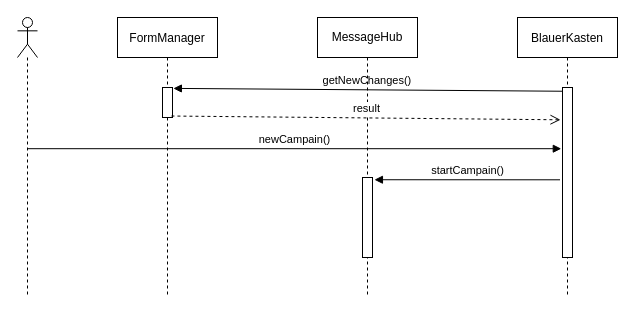
This is document_creation_sequence.drawio from stargazer74/diagramme, a draw.io file, before an edit. Source tidied: cells renumbered, new cells numbered last; positions are measured from the earlier drawing's top-left corner, leaving out a move shared by most shapes. Both pictures are drawn from the tidied source at 100%, with x=0, y=0 at pixel (17, 17).
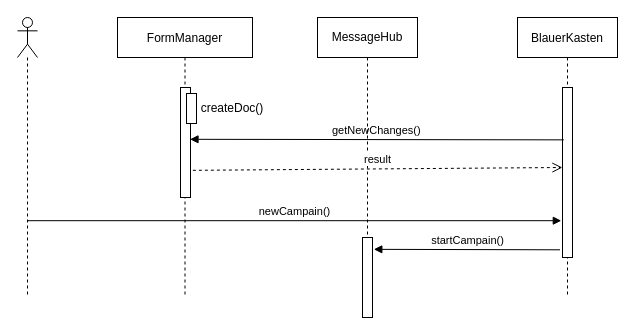
After the change.

Change to the diagram source:
```diff
@@
 <mxGraphModel>
   <root>
     <mxCell id="0" />
     <mxCell id="1" parent="0" />
     <mxCell id="2" value="FormManager" style="shape=umlLifeline;perimeter=lifelinePerimeter;rounded=0;shadow=0;strokeWidth=1;" parent="1" vertex="1">
-      <mxGeometry x="100" width="100" height="280" as="geometry" />
+      <mxGeometry x="100" width="135" height="280" as="geometry" />
     </mxCell>
     <mxCell id="3" style="points=[];perimeter=orthogonalPerimeter;rounded=0;shadow=0;strokeWidth=1;" parent="2" vertex="1">
-      <mxGeometry x="45" y="70" width="10" height="30" as="geometry" />
+      <mxGeometry x="63" y="70" width="10" height="110" as="geometry" />
     </mxCell>
+    <mxCell id="13" style="html=1;perimeter=orthogonalPerimeter;" parent="2" vertex="1">
+      <mxGeometry x="69" y="76" width="10" height="30" as="geometry" />
+    </mxCell>
+    <mxCell id="14" value="createDoc()" style="text;html=1;strokeColor=none;fillColor=none;align=center;verticalAlign=middle;whiteSpace=wrap;overflow=hidden;" parent="2" vertex="1">
+      <mxGeometry x="75" y="81" width="80" height="20" as="geometry" />
+    </mxCell>
     <mxCell id="4" value="BlauerKasten" style="shape=umlLifeline;perimeter=lifelinePerimeter;rounded=0;shadow=0;strokeWidth=1;" parent="1" vertex="1">
       <mxGeometry x="500" width="100" height="280" as="geometry" />
     </mxCell>
     <mxCell id="5" style="points=[];perimeter=orthogonalPerimeter;rounded=0;shadow=0;strokeWidth=1;" parent="4" vertex="1">
       <mxGeometry x="45" y="70" width="10" height="170" as="geometry" />
     </mxCell>
-    <mxCell id="6" value="getNewChanges()" style="verticalAlign=bottom;endArrow=block;entryX=1.086;entryY=0.03;shadow=0;strokeWidth=1;entryDx=0;entryDy=0;entryPerimeter=0;exitX=-0.01;exitY=0.022;exitDx=0;exitDy=0;exitPerimeter=0;" parent="1" edge="1" source="5" target="3">
+    <mxCell id="6" value="getNewChanges()" style="verticalAlign=bottom;endArrow=block;entryX=0.952;entryY=0.471;shadow=0;strokeWidth=1;entryDx=0;entryDy=0;entryPerimeter=0;exitX=0.133;exitY=0.308;exitDx=0;exitDy=0;exitPerimeter=0;" parent="1" edge="1" source="5" target="3">
       <mxGeometry relative="1" as="geometry" />
     </mxCell>
     <mxCell id="7" value="MessageHub" style="shape=umlLifeline;perimeter=lifelinePerimeter;whiteSpace=wrap;html=1;" parent="1" vertex="1">
       <mxGeometry x="300" width="100" height="280" as="geometry" />
     </mxCell>
     <mxCell id="8" style="html=1;points=[];perimeter=orthogonalPerimeter;" parent="7" vertex="1">
-      <mxGeometry x="45" y="160" width="10" height="80" as="geometry" />
+      <mxGeometry x="45" y="220" width="10" height="80" as="geometry" />
     </mxCell>
     <mxCell id="9" style="shape=umlLifeline;participant=umlActor;perimeter=lifelinePerimeter;whiteSpace=wrap;html=1;verticalAlign=top;spacingTop=36;" parent="1" vertex="1">
       <mxGeometry width="20" height="280" as="geometry" />
     </mxCell>
     <mxCell id="10" value="newCampain()" style="html=1;verticalAlign=bottom;endArrow=block;rounded=0;entryX=-0.117;entryY=0.159;entryDx=0;entryDy=0;entryPerimeter=0;" parent="1" edge="1">
       <mxGeometry relative="1" as="geometry">
-        <mxPoint x="9.8" y="131.2" as="sourcePoint" />
-        <mxPoint x="543.8" y="131.2" as="targetPoint" />
+        <mxPoint x="9.8" y="203.2" as="sourcePoint" />
+        <mxPoint x="543.8" y="203.2" as="targetPoint" />
       </mxGeometry>
     </mxCell>
-    <mxCell id="11" value="startCampain()" style="html=1;verticalAlign=bottom;endArrow=block;rounded=0;entryX=1.193;entryY=0.028;entryDx=0;entryDy=0;entryPerimeter=0;exitX=-0.248;exitY=0.543;exitDx=0;exitDy=0;exitPerimeter=0;" parent="1" edge="1" source="5" target="8">
-      <mxGeometry relative="1" as="geometry" />
+    <mxCell id="11" value="startCampain()" style="html=1;verticalAlign=bottom;endArrow=block;rounded=0;entryX=1.133;entryY=0.148;entryDx=0;entryDy=0;entryPerimeter=0;exitX=-0.248;exitY=0.543;exitDx=0;exitDy=0;exitPerimeter=0;" parent="1" edge="1" target="8">
+      <mxGeometry relative="1" as="geometry">
+        <mxPoint x="542.5" y="232.3" as="sourcePoint" />
+      </mxGeometry>
     </mxCell>
-    <mxCell id="12" value="result" style="html=1;verticalAlign=bottom;endArrow=open;dashed=1;endSize=8;rounded=0;entryX=-0.2;entryY=0.19;entryDx=0;entryDy=0;entryPerimeter=0;exitX=0.895;exitY=0.951;exitDx=0;exitDy=0;exitPerimeter=0;" parent="1" edge="1" source="3" target="5">
-      <mxGeometry relative="1" as="geometry" />
+    <mxCell id="12" value="result" style="html=1;verticalAlign=bottom;endArrow=open;dashed=1;endSize=8;rounded=0;entryX=-0.01;entryY=0.588;entryDx=0;entryDy=0;entryPerimeter=0;exitX=1.238;exitY=0.753;exitDx=0;exitDy=0;exitPerimeter=0;" parent="1" edge="1" source="3">
+      <mxGeometry relative="1" as="geometry">
+        <mxPoint x="544.9" y="150" as="targetPoint" />
+      </mxGeometry>
     </mxCell>
   </root>
 </mxGraphModel>
```
